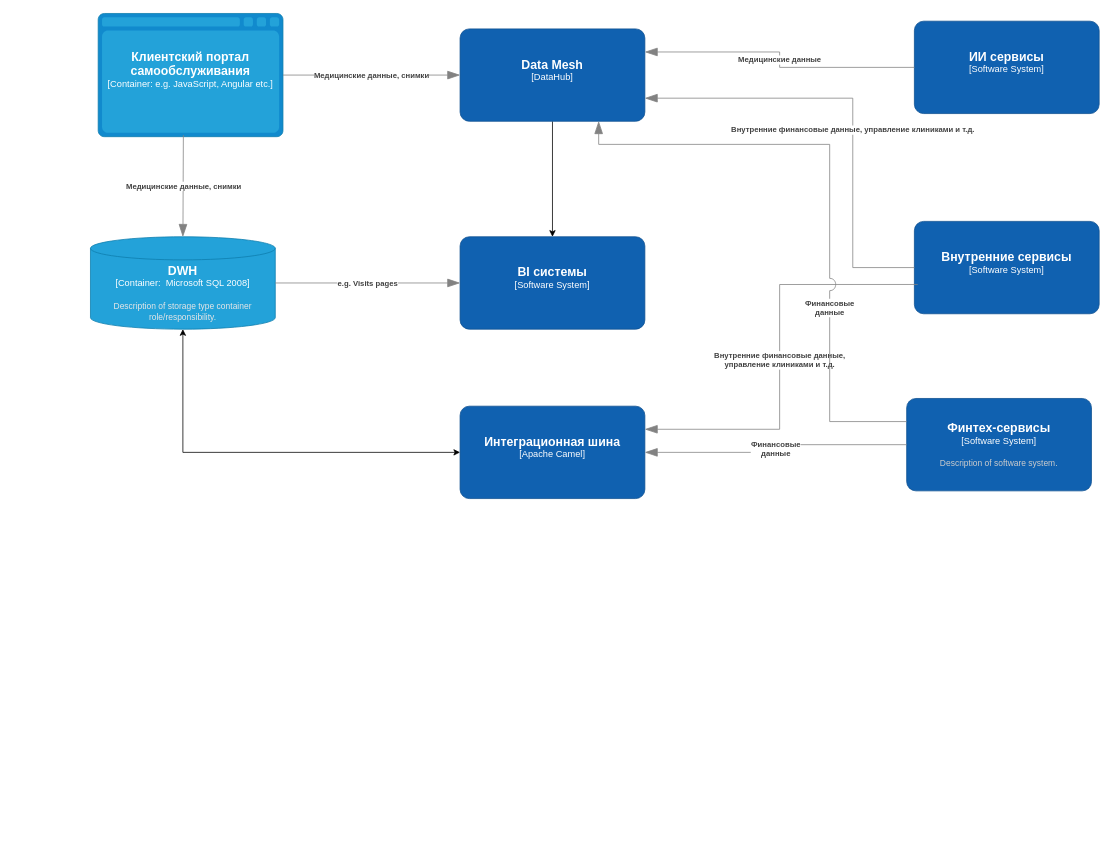
Earlier version of the draw.io diagram Task1/Container diagram.drawio (Adeptgt/architecture-future_2_0). Source tidied: cells renumbered, new cells numbered last; positions are measured from the earlier drawing's top-left corner, leaving out a move shared by most shapes. Both pictures are drawn from the tidied source at 77%, with x=0, y=0 at pixel (90, 13).
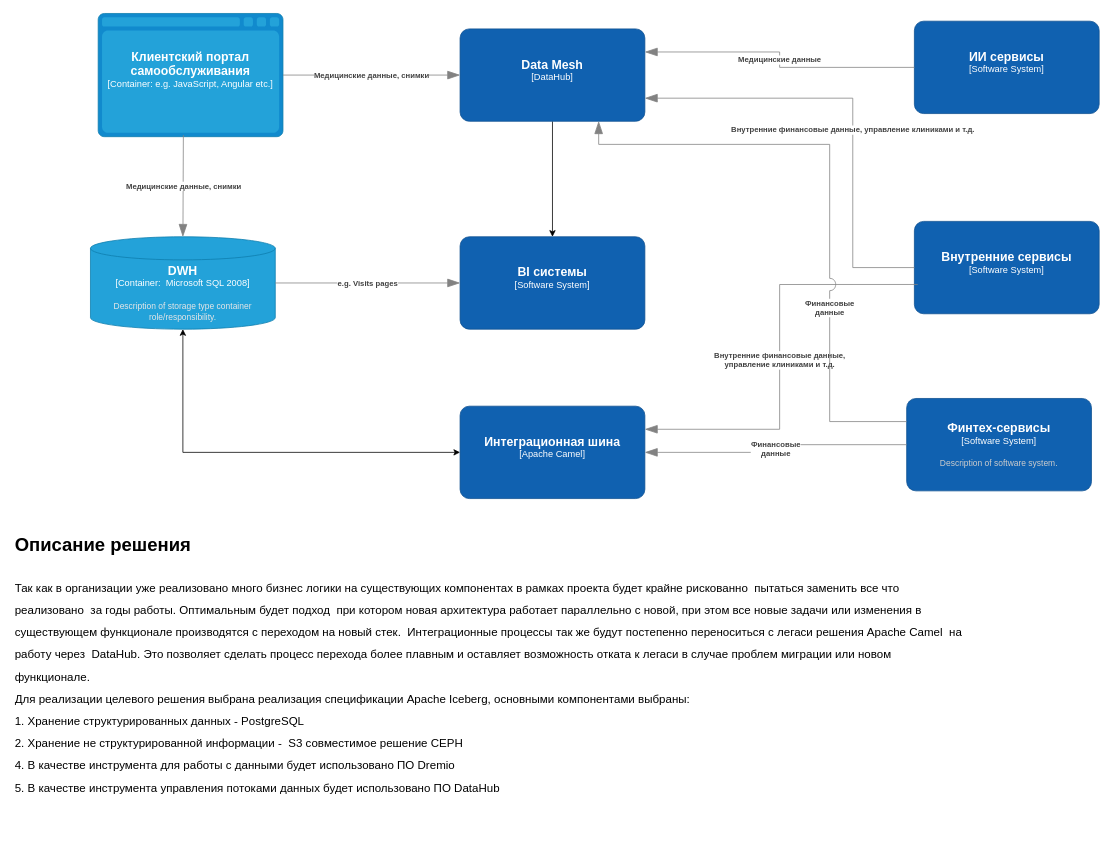
The same diagram, later.

Commit message (it also covers changes not shown here):
fix remark Task1

The edit, as a diff of the source:
```diff
@@
+    <mxCell id="20" value="&lt;h1 style=&quot;margin-top: 0px;&quot;&gt;Описание решения&lt;/h1&gt;&lt;h1 style=&quot;margin-top: 0px;&quot;&gt;&lt;p style=&quot;font-weight: 400;&quot;&gt;&lt;font style=&quot;font-size: 15px;&quot;&gt;Так как в организации уже реализовано много бизнес логики на существующих компонентах в рамках проекта будет крайне рискованно&amp;nbsp; пытаться заменить все что реализовано&amp;nbsp; за годы работы. Оптимальным будет подход&amp;nbsp; при котором новая архитектура работает параллельно с новой, при этом все новые задачи или изменения в существующем функционале производятся с переходом на новый стек.&amp;nbsp; Интеграционные процессы так же будут постепенно переноситься с легаси решения Apache Camel&amp;nbsp; на работу через&amp;nbsp; DataHub. Это позволяет сделать процесс перехода более плавным и оставляет возможность отката к легаси в случае проблем миграции или новом функционале.&lt;br style=&quot;padding: 0px; margin: 0px;&quot;&gt;Для реализации целевого решения выбрана реализация спецификации Apache Iceberg, основными компонентами выбраны:&lt;br style=&quot;padding: 0px; margin: 0px;&quot;&gt;1. Хранение структурированных данных - PostgreSQL&lt;br style=&quot;padding: 0px; margin: 0px;&quot;&gt;2. Хранение не структурированной информации -&amp;nbsp; S3 совместимое решение CEPH&lt;br style=&quot;padding: 0px; margin: 0px;&quot;&gt;4. В качестве инструмента для работы с данными будет использовано ПО Dremio&lt;br style=&quot;padding: 0px; margin: 0px;&quot;&gt;5. В качестве инструмента управления потоками данных будет использовано ПО DataHub&lt;/font&gt;&lt;/p&gt;&lt;/h1&gt;" style="text;html=1;whiteSpace=wrap;overflow=hidden;rounded=0;" parent="1" vertex="1">
+      <mxGeometry x="-100" y="670" width="1240" height="390" as="geometry" />
+    </mxCell>
```
